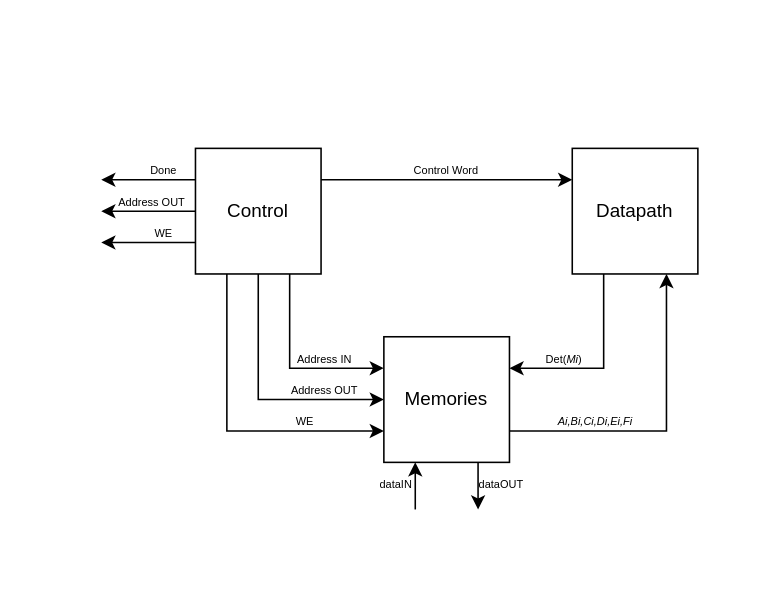
Above: esquema_geral.drawio in FranciscoPRosa/NEEC_test (draw.io), before the change. Source tidied: cells renumbered, new cells numbered last; positions are measured from the earlier drawing's top-left corner, leaving out a move shared by most shapes. Both pictures are drawn from the tidied source at 157%, with x=0, y=0 at pixel (100, 148).
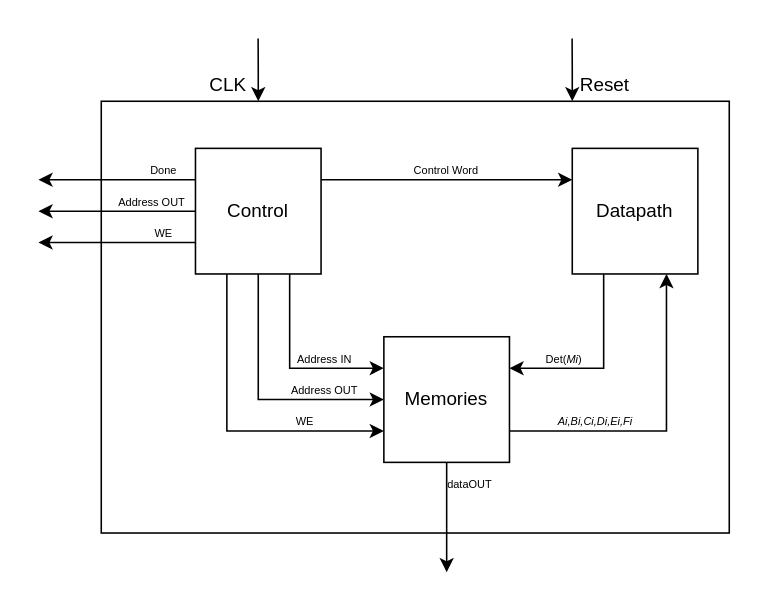
The same diagram, later.

Unchanged cells that the change refers to:
```xml
<mxCell id="11" value="Control" style="rounded=0;whiteSpace=wrap;html=1;" parent="1" vertex="1">
  <mxGeometry x="60" width="80" height="80" as="geometry" />
</mxCell>
<mxCell id="15" value="Memories" style="rounded=0;whiteSpace=wrap;html=1;" parent="1" vertex="1">
  <mxGeometry x="180" y="120" width="80" height="80" as="geometry" />
</mxCell>
```

Diff of the diagram source:
```diff
@@
+    <mxCell id="27" style="edgeStyle=orthogonalEdgeStyle;rounded=0;jettySize=auto;html=1;exitX=0.25;exitY=0;exitDx=0;exitDy=0;startArrow=classic;startFill=1;endArrow=none;endFill=0;" parent="1" edge="1" source="29">
+      <mxGeometry relative="1" as="geometry">
+        <mxPoint x="99.9" y="-70" as="targetPoint" />
+      </mxGeometry>
+    </mxCell>
+    <mxCell id="28" style="edgeStyle=orthogonalEdgeStyle;rounded=0;jettySize=auto;html=1;exitX=0.75;exitY=0;exitDx=0;exitDy=0;startArrow=classic;startFill=1;endArrow=none;endFill=0;" parent="1" edge="1" source="29">
+      <mxGeometry relative="1" as="geometry">
+        <mxPoint x="299.9" y="-70" as="targetPoint" />
+      </mxGeometry>
+    </mxCell>
+    <mxCell id="29" style="rounded=0;whiteSpace=wrap;html=1;" parent="1" vertex="1">
+      <mxGeometry y="-30" width="400" height="275" as="geometry" />
+    </mxCell>
@@
     <mxCell id="8" style="edgeStyle=orthogonalEdgeStyle;rounded=0;orthogonalLoop=1;jettySize=auto;html=1;" parent="1" edge="1">
       <mxGeometry relative="1" as="geometry">
         <mxPoint x="60" y="60" as="sourcePoint" />
-        <mxPoint y="60" as="targetPoint" />
+        <mxPoint x="-40" y="60" as="targetPoint" />
       </mxGeometry>
     </mxCell>
     <mxCell id="9" style="edgeStyle=orthogonalEdgeStyle;rounded=0;jettySize=auto;html=1;exitX=0;exitY=0.25;exitDx=0;exitDy=0;" parent="1" edge="1" source="11">
       <mxGeometry relative="1" as="geometry">
-        <mxPoint y="20" as="targetPoint" />
+        <mxPoint x="-40" y="20" as="targetPoint" />
       </mxGeometry>
     </mxCell>
     <mxCell id="10" style="edgeStyle=orthogonalEdgeStyle;rounded=0;jettySize=auto;html=1;" parent="1" edge="1" source="11">
       <mxGeometry relative="1" as="geometry">
-        <mxPoint y="40" as="targetPoint" />
+        <mxPoint x="-40" y="40" as="targetPoint" />
       </mxGeometry>
     </mxCell>
@@
-    <mxCell id="13" style="edgeStyle=orthogonalEdgeStyle;rounded=0;jettySize=auto;html=1;exitX=0.25;exitY=1;exitDx=0;exitDy=0;startArrow=classic;startFill=1;endArrow=none;endFill=0;" parent="1" edge="1" source="15">
-      <mxGeometry relative="1" as="geometry">
-        <mxPoint x="200" y="230" as="targetPoint" />
-      </mxGeometry>
-    </mxCell>
-    <mxCell id="14" style="edgeStyle=orthogonalEdgeStyle;rounded=0;jettySize=auto;html=1;exitX=0.75;exitY=1;exitDx=0;exitDy=0;" parent="1" edge="1" source="15">
-      <mxGeometry relative="1" as="geometry">
-        <mxPoint x="240" y="230" as="targetPoint" />
-      </mxGeometry>
-    </mxCell>
+    <mxCell id="30" style="edgeStyle=orthogonalEdgeStyle;rounded=0;jettySize=auto;html=1;" parent="1" edge="1" source="15">
+      <mxGeometry relative="1" as="geometry">
+        <mxPoint x="220" y="270" as="targetPoint" />
+      </mxGeometry>
+    </mxCell>
@@
-    <mxCell id="17" value="dataIN" style="text;html=1;align=center;verticalAlign=middle;whiteSpace=wrap;rounded=0;fontSize=7;" parent="1" vertex="1">
-      <mxGeometry x="178" y="205" width="20" height="20" as="geometry" />
-    </mxCell>
     <mxCell id="18" value="dataOUT" style="text;html=1;align=center;verticalAlign=middle;whiteSpace=wrap;rounded=0;fontSize=7;" parent="1" vertex="1">
-      <mxGeometry x="240" y="210" width="30" height="10" as="geometry" />
+      <mxGeometry x="220" y="210" width="30" height="10" as="geometry" />
     </mxCell>
@@
+    <mxCell id="31" value="CLK" style="text;html=1;align=center;verticalAlign=middle;whiteSpace=wrap;rounded=0;" parent="1" vertex="1">
+      <mxGeometry x="70" y="-50" width="22" height="20" as="geometry" />
+    </mxCell>
+    <mxCell id="32" value="Reset" style="text;html=1;align=center;verticalAlign=middle;whiteSpace=wrap;rounded=0;" parent="1" vertex="1">
+      <mxGeometry x="310" y="-50" width="22" height="20" as="geometry" />
+    </mxCell>
```
